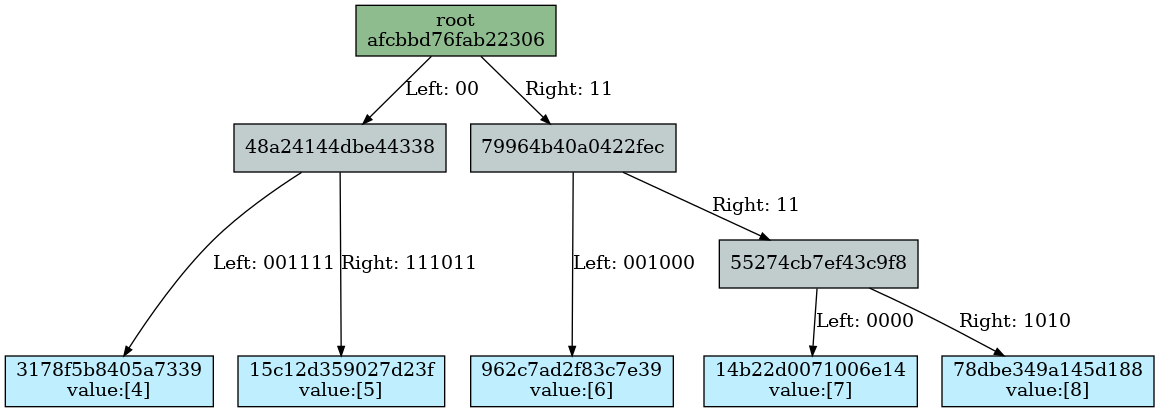
juicebox-systems/juicebox-hsm-realm keeps this Graphviz diagram as docs/merkle_tree/splits/intro_after_right.dot.png. Above is the earlier version. Its source is kept beside it as docs/merkle_tree/splits/intro_after_right.dot.
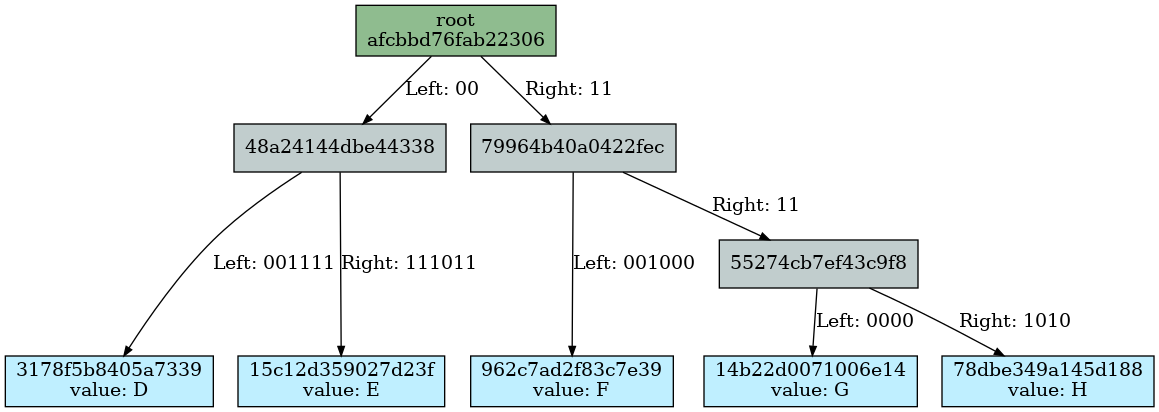
Above is the later version.

What changed in the source:
```diff
@@ -27,11 +27,11 @@
 Subgraph depth_256 {
 rank=same
 
-h3178f5b8405a7339 [fillcolor=lightblue1 label="3178f5b8405a7339\nvalue:[4]" ordering=out shape=box style=filled ];
-h15c12d359027d23f [fillcolor=lightblue1 label="15c12d359027d23f\nvalue:[5]" ordering=out shape=box style=filled ];
-h962c7ad2f83c7e39 [fillcolor=lightblue1 label="962c7ad2f83c7e39\nvalue:[6]" ordering=out shape=box style=filled ];
-h14b22d0071006e14 [fillcolor=lightblue1 label="14b22d0071006e14\nvalue:[7]" ordering=out shape=box style=filled ];
-h78dbe349a145d188 [fillcolor=lightblue1 label="78dbe349a145d188\nvalue:[8]" ordering=out shape=box style=filled ];
+h3178f5b8405a7339 [fillcolor=lightblue1 label="3178f5b8405a7339\nvalue: D" ordering=out shape=box style=filled ];
+h15c12d359027d23f [fillcolor=lightblue1 label="15c12d359027d23f\nvalue: E" ordering=out shape=box style=filled ];
+h962c7ad2f83c7e39 [fillcolor=lightblue1 label="962c7ad2f83c7e39\nvalue: F" ordering=out shape=box style=filled ];
+h14b22d0071006e14 [fillcolor=lightblue1 label="14b22d0071006e14\nvalue: G" ordering=out shape=box style=filled ];
+h78dbe349a145d188 [fillcolor=lightblue1 label="78dbe349a145d188\nvalue: H" ordering=out shape=box style=filled ];
 }
 
 
```
